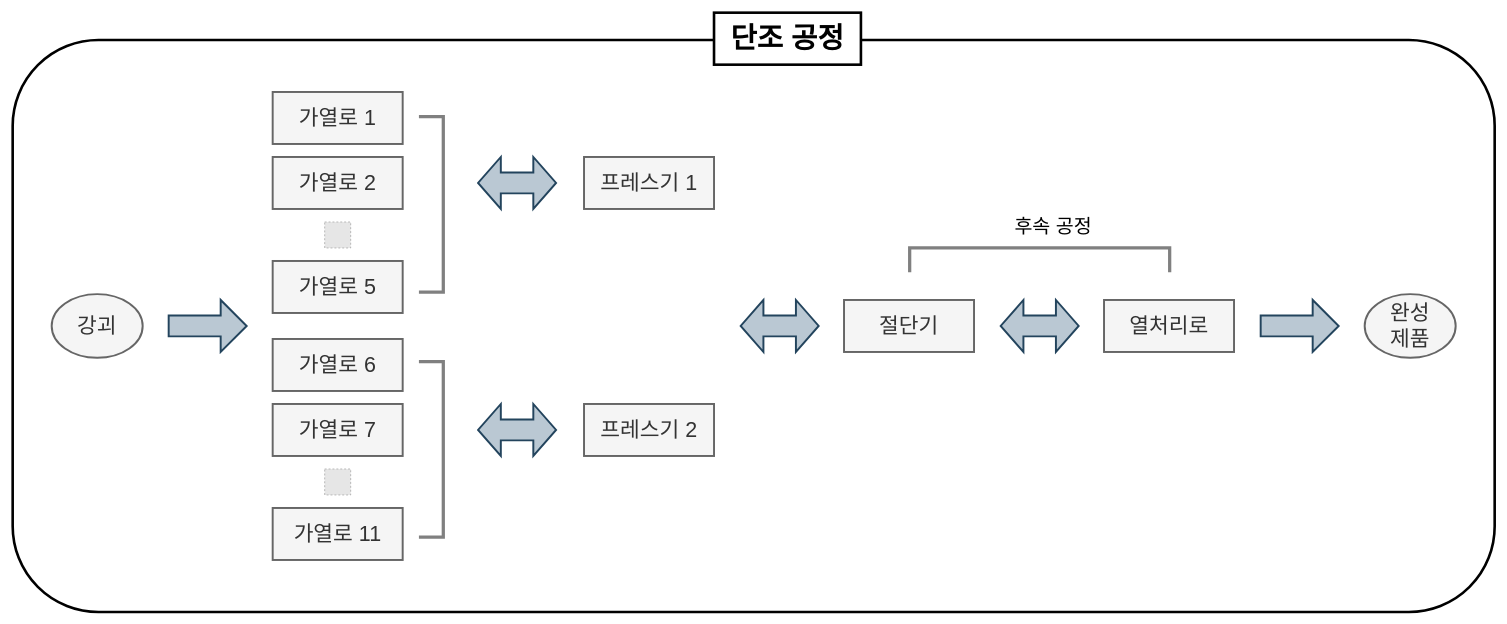
The draw.io diagram 공정개요.drawio in seheeP/statistic, before the edit. Source tidied: cells renumbered, new cells numbered last; positions are measured from the earlier drawing's top-left corner, leaving out a move shared by most shapes. Both pictures are drawn from the tidied source at 65%, with x=0, y=0 at pixel (12, 12). Pictures stored in the file or linked from it are replaced by grey dashed boxes.
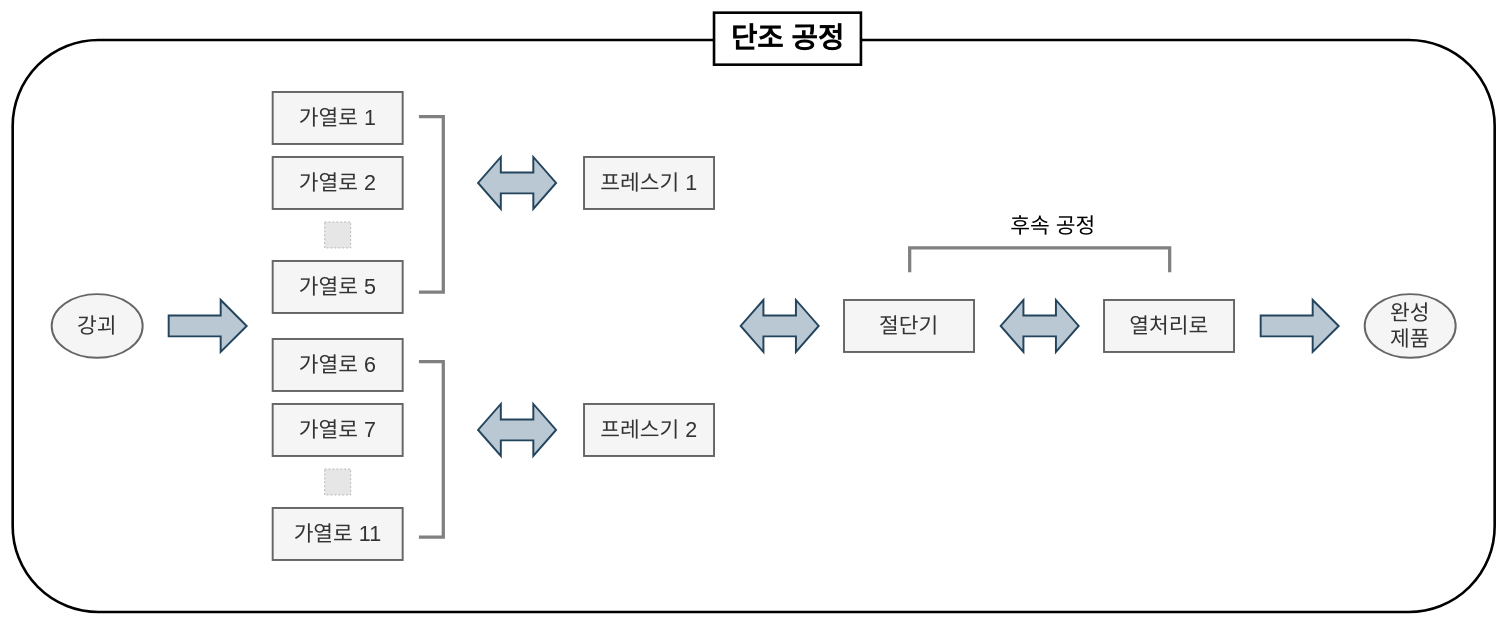
After the change.

What changed in the source:
```diff
@@
-    <mxCell id="28" value="&lt;font style=&quot;font-size: 30px&quot;&gt;후속 공정&lt;/font&gt;" style="text;html=1;strokeColor=none;fillColor=none;align=center;verticalAlign=middle;whiteSpace=wrap;rounded=0;fontSize=24;" parent="1" vertex="1">
-      <mxGeometry x="1531" y="312.5" width="140" height="30" as="geometry" />
+    <mxCell id="28" value="&lt;font style=&quot;font-size: 33px ; background-color: rgb(255 , 255 , 255)&quot;&gt;후속 공정&lt;/font&gt;" style="text;html=1;strokeColor=none;fillColor=none;align=center;verticalAlign=middle;whiteSpace=wrap;rounded=0;fontSize=24;" parent="1" vertex="1">
+      <mxGeometry x="1516" y="312.5" width="169" height="30" as="geometry" />
     </mxCell>
```
